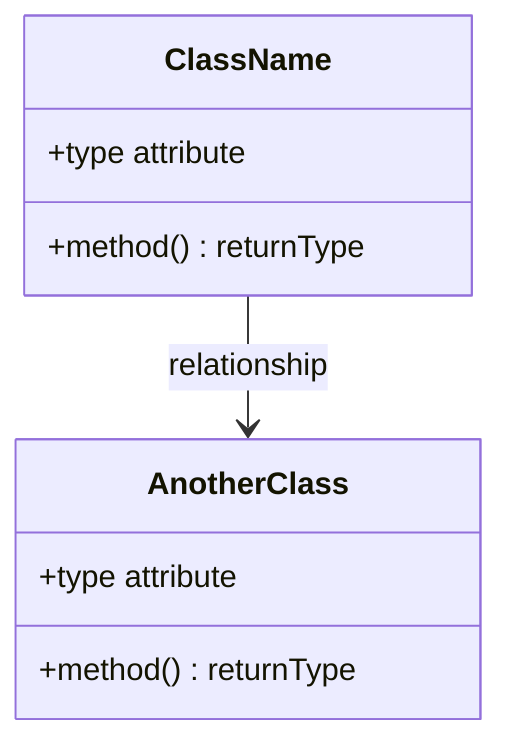
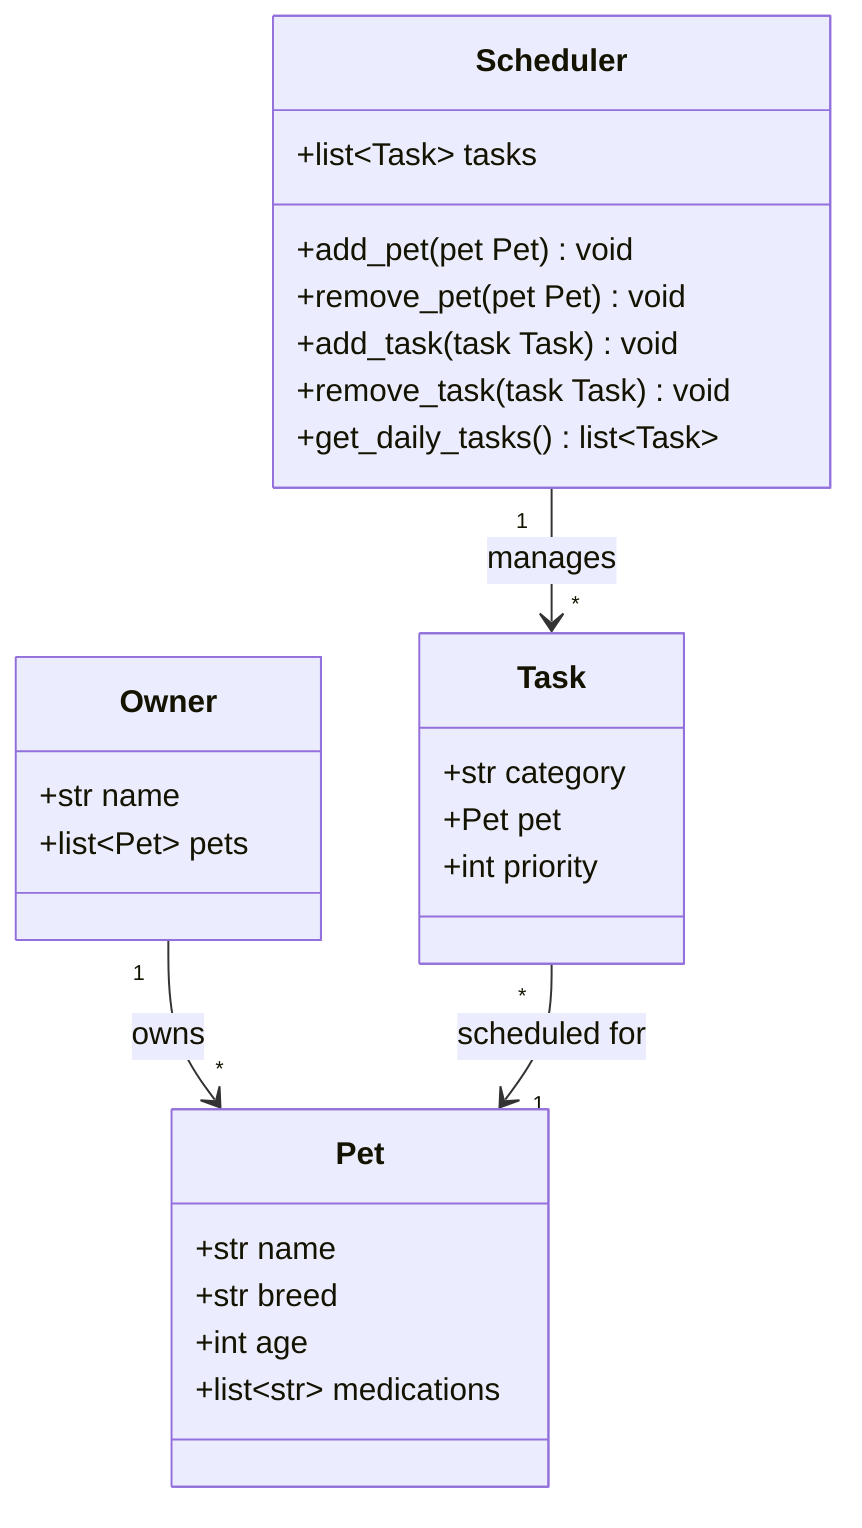
classDiagram
-     %% Replace the placeholders below with your actual classes, attributes, methods, and relationships.
-     %% Keep this file updated so it matches your final implementation.
- 
-     class ClassName {
-         +type attribute
-         +method() returnType
+     class Owner {
+         +str name
+         +list~Pet~ pets
    }

-     class AnotherClass {
-         +type attribute
-         +method() returnType
+     class Pet {
+         +str name
+         +str breed
+         +int age
+         +list~str~ medications
    }

-     ClassName --> AnotherClass : relationship
+     class Task {
+         +str category
+         +Pet pet
+         +int priority
+     }
+ 
+     class Scheduler {
+         +list~Task~ tasks
+         +add_pet(pet Pet) void
+         +remove_pet(pet Pet) void
+         +add_task(task Task) void
+         +remove_task(task Task) void
+         +get_daily_tasks() list~Task~
+     }
+ 
+     Owner "1" --> "*" Pet : owns
+     Task "*" --> "1" Pet : scheduled for
+     Scheduler "1" --> "*" Task : manages
